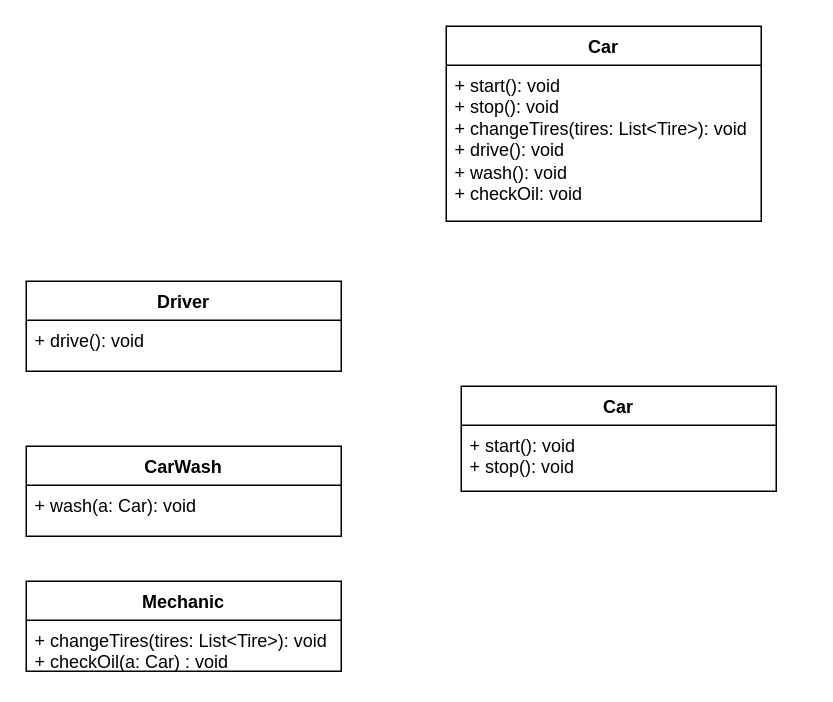
This is page "Page-2" (2 of 2) of Untitled Diagram.drawio from DePaulSE350/DesignPattern, a draw.io file, before an edit. Source tidied: cells renumbered, new cells numbered last; positions are measured from the earlier drawing's top-left corner, leaving out a move shared by most shapes. Both pictures are drawn from the tidied source at 150%, with x=0, y=0 at pixel (26, 26).
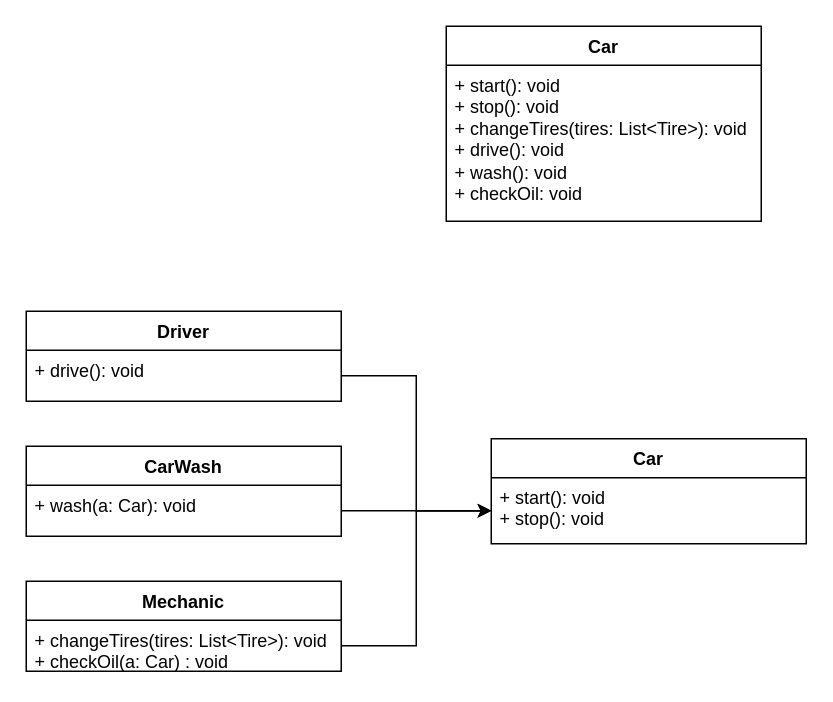
After the change.

What changed in the source:
```diff
@@
 <mxGraphModel>
   <root>
     <mxCell id="0" />
     <mxCell id="1" parent="0" />
     <mxCell id="2" value="Car" style="swimlane;fontStyle=1;align=center;verticalAlign=top;horizontal=1;startSize=26;whiteSpace=wrap;html=1;" parent="1" vertex="1">
       <mxGeometry x="280" width="210" height="130" as="geometry" />
     </mxCell>
     <mxCell id="3" value="+ start(): void&lt;br&gt;&lt;div&gt;+ stop(): void&lt;/div&gt;&lt;div&gt;+ changeTires(tires: List&amp;lt;Tire&amp;gt;): void&amp;nbsp;&lt;/div&gt;&lt;div&gt;+ drive(): void&lt;br&gt;&lt;/div&gt;&lt;div&gt;+ wash(): void&lt;/div&gt;&lt;div&gt;+ checkOil: void&lt;/div&gt;" style="text;strokeColor=none;fillColor=none;align=left;verticalAlign=top;spacingLeft=4;spacingRight=4;overflow=hidden;whiteSpace=wrap;html=1;" parent="2" vertex="1">
       <mxGeometry y="26" width="210" height="104" as="geometry" />
     </mxCell>
     <mxCell id="4" value="Car" style="swimlane;fontStyle=1;align=center;verticalAlign=top;horizontal=1;startSize=26;whiteSpace=wrap;html=1;" parent="1" vertex="1">
-      <mxGeometry x="290" y="240" width="210" height="70" as="geometry" />
+      <mxGeometry x="310" y="275" width="210" height="70" as="geometry" />
     </mxCell>
     <mxCell id="5" value="+ start(): void&lt;br&gt;&lt;div&gt;+ stop(): void&lt;/div&gt;&lt;div&gt;&lt;br&gt;&lt;/div&gt;" style="text;strokeColor=none;fillColor=none;align=left;verticalAlign=top;spacingLeft=4;spacingRight=4;overflow=hidden;points=[[0,0.5],[1,0.5]];portConstraint=eastwest;whiteSpace=wrap;html=1;" parent="4" vertex="1">
       <mxGeometry y="26" width="210" height="44" as="geometry" />
     </mxCell>
     <mxCell id="6" value="Driver" style="swimlane;fontStyle=1;align=center;verticalAlign=top;horizontal=1;startSize=26;whiteSpace=wrap;html=1;" parent="1" vertex="1">
-      <mxGeometry y="170" width="210" height="60" as="geometry" />
+      <mxGeometry y="190" width="210" height="60" as="geometry" />
     </mxCell>
     <mxCell id="7" value="+ drive(): void" style="text;strokeColor=none;fillColor=none;align=left;verticalAlign=top;spacingLeft=4;spacingRight=4;overflow=hidden;points=[[0,0.5],[1,0.5]];portConstraint=eastwest;whiteSpace=wrap;html=1;" parent="6" vertex="1">
       <mxGeometry y="26" width="210" height="34" as="geometry" />
     </mxCell>
     <mxCell id="8" value="CarWash" style="swimlane;fontStyle=1;align=center;verticalAlign=top;horizontal=1;startSize=26;whiteSpace=wrap;html=1;" parent="1" vertex="1">
       <mxGeometry y="280" width="210" height="60" as="geometry" />
     </mxCell>
     <mxCell id="9" value="&lt;div&gt;+ wash(a: Car): void&lt;/div&gt;" style="text;strokeColor=none;fillColor=none;align=left;verticalAlign=top;spacingLeft=4;spacingRight=4;overflow=hidden;points=[[0,0.5],[1,0.5]];portConstraint=eastwest;whiteSpace=wrap;html=1;" parent="8" vertex="1">
       <mxGeometry y="26" width="210" height="34" as="geometry" />
     </mxCell>
     <mxCell id="10" value="Mechanic" style="swimlane;fontStyle=1;align=center;verticalAlign=top;horizontal=1;startSize=26;whiteSpace=wrap;html=1;" parent="1" vertex="1">
       <mxGeometry y="370" width="210" height="60" as="geometry" />
     </mxCell>
     <mxCell id="11" value="+ changeTires(tires: List&amp;lt;Tire&amp;gt;): void&lt;br&gt;&lt;div&gt;+ checkOil(a: Car) : void&lt;/div&gt;" style="text;strokeColor=none;fillColor=none;align=left;verticalAlign=top;spacingLeft=4;spacingRight=4;overflow=hidden;points=[[0,0.5],[1,0.5]];portConstraint=eastwest;whiteSpace=wrap;html=1;" parent="10" vertex="1">
       <mxGeometry y="26" width="210" height="34" as="geometry" />
     </mxCell>
+    <mxCell id="12" style="edgeStyle=orthogonalEdgeStyle;rounded=0;jettySize=auto;html=1;entryX=0;entryY=0.5;entryDx=0;entryDy=0;" parent="1" edge="1" source="9" target="5">
+      <mxGeometry relative="1" as="geometry" />
+    </mxCell>
+    <mxCell id="13" style="edgeStyle=orthogonalEdgeStyle;rounded=0;jettySize=auto;html=1;entryX=0;entryY=0.5;entryDx=0;entryDy=0;" parent="1" edge="1" source="11" target="5">
+      <mxGeometry relative="1" as="geometry" />
+    </mxCell>
+    <mxCell id="14" style="edgeStyle=orthogonalEdgeStyle;rounded=0;jettySize=auto;html=1;entryX=0;entryY=0.5;entryDx=0;entryDy=0;" parent="1" edge="1" source="7" target="5">
+      <mxGeometry relative="1" as="geometry" />
+    </mxCell>
   </root>
 </mxGraphModel>
```
